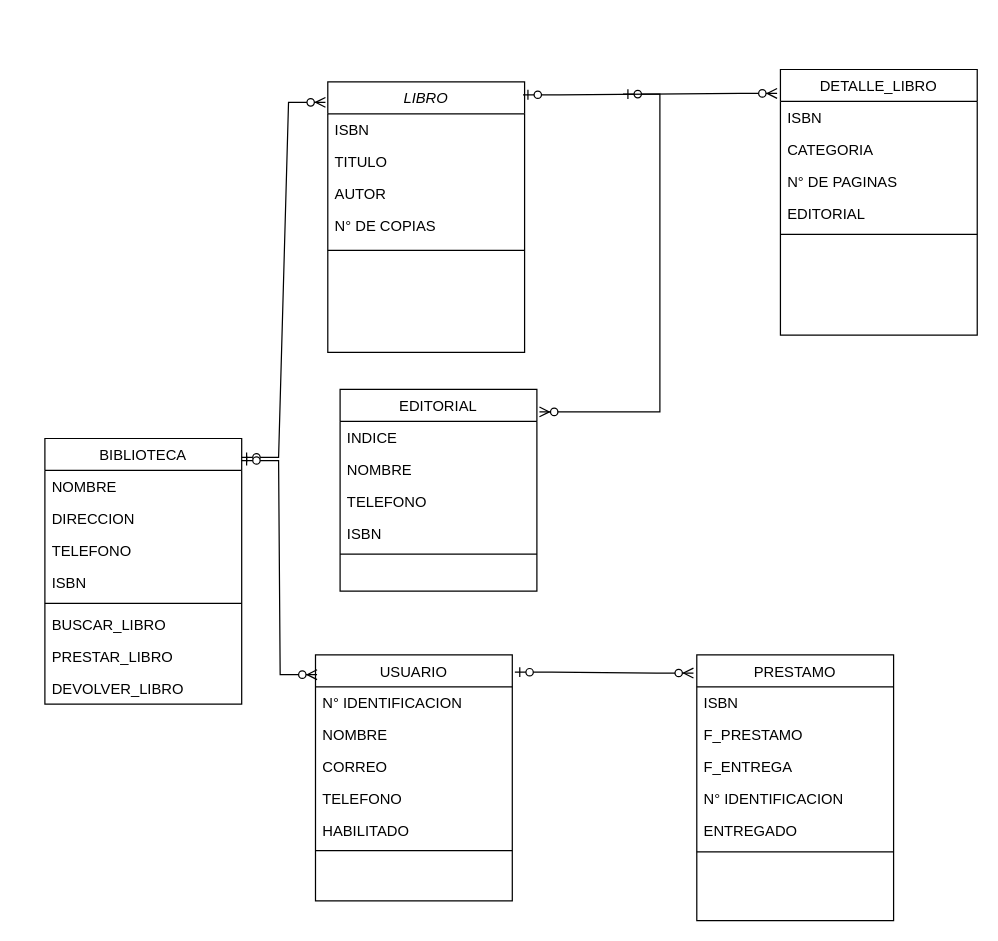
Above: Biblioteca/clases/biblioteca.drawio in Franc-isco/Taller (draw.io), before the change. Source tidied: cells renumbered, new cells numbered last; positions are measured from the earlier drawing's top-left corner, leaving out a move shared by most shapes. Both pictures are drawn from the tidied source at 123%, with x=0, y=0 at pixel (44, 57).
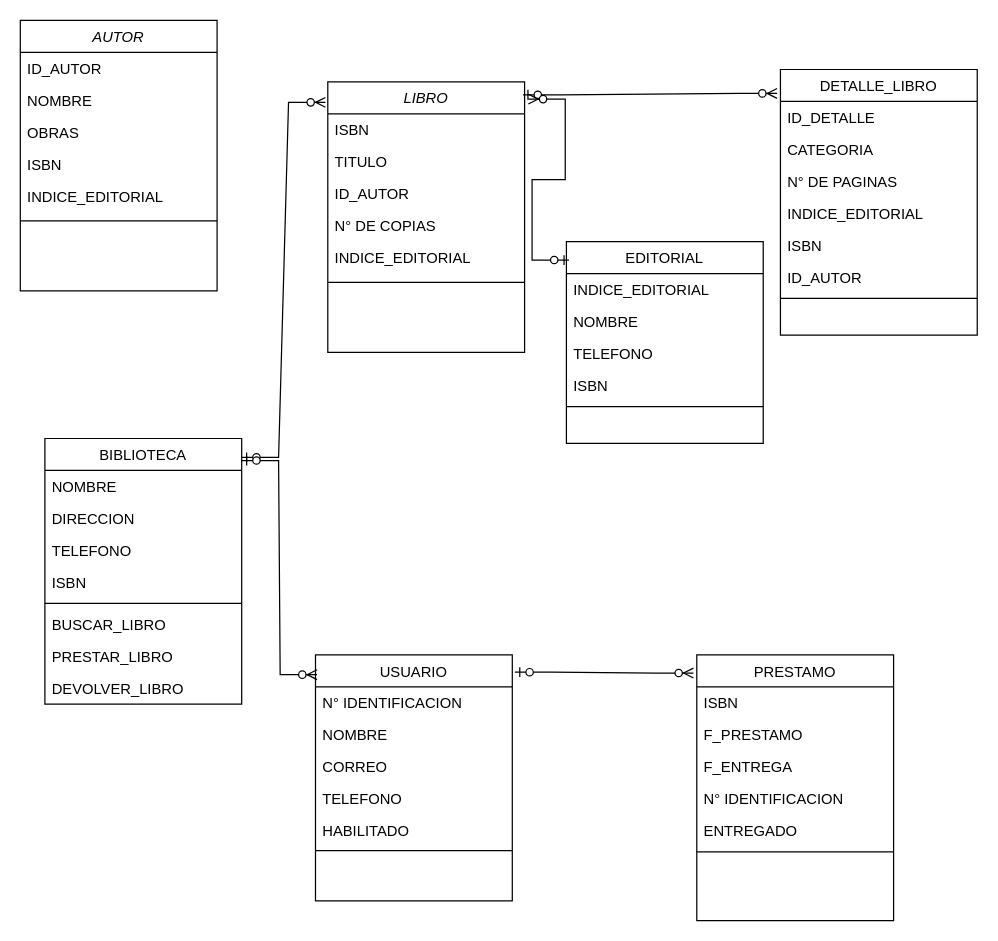
Above is the later version.

Commit message (it also covers changes not shown here):
clase autor

Unchanged cells that the change refers to:
```xml
<mxCell id="2" value="LIBRO" style="swimlane;fontStyle=2;align=center;verticalAlign=top;horizontal=1;startSize=26;rounded=0;shadow=0;strokeWidth=1;" parent="1" vertex="1">
  <mxGeometry x="230" y="20" width="160" height="220" as="geometry" />
</mxCell>
<mxCell id="21" value="DETALLE_LIBRO" style="swimlane;fontStyle=0;align=center;verticalAlign=top;horizontal=1;startSize=26;rounded=0;shadow=0;strokeWidth=1;" parent="1" vertex="1">
  <mxGeometry x="598" y="10" width="160" height="216" as="geometry" />
</mxCell>
```

Change to the diagram source:
```diff
@@
-    <mxCell id="5" value="AUTOR" style="text;align=left;verticalAlign=top;spacingLeft=4;spacingRight=4;overflow=hidden;rounded=0;shadow=0;html=0;" parent="2" vertex="1">
+    <mxCell id="5" value="ID_AUTOR" style="text;align=left;verticalAlign=top;spacingLeft=4;spacingRight=4;overflow=hidden;rounded=0;shadow=0;html=0;" parent="2" vertex="1">
       <mxGeometry y="78" width="160" height="26" as="geometry" />
     </mxCell>
@@
+    <mxCell id="48" value="INDICE_EDITORIAL&#10;" style="text;align=left;verticalAlign=top;spacingLeft=4;spacingRight=4;overflow=hidden;" parent="2" vertex="1">
+      <mxGeometry y="130" width="160" height="26" as="geometry" />
+    </mxCell>
     <mxCell id="7" style="line;html=1;strokeWidth=1;align=left;verticalAlign=middle;spacingTop=-1;spacingLeft=3;spacingRight=3;labelPosition=right;" parent="2" vertex="1">
-      <mxGeometry y="130" width="160" height="14" as="geometry" />
+      <mxGeometry y="156" width="160" height="14" as="geometry" />
     </mxCell>
     <mxCell id="8" value="EDITORIAL" style="swimlane;fontStyle=0;align=center;verticalAlign=top;horizontal=1;startSize=26;rounded=0;shadow=0;strokeWidth=1;" parent="1" vertex="1">
-      <mxGeometry x="240" y="270" width="160" height="164" as="geometry" />
+      <mxGeometry x="424" y="150" width="160" height="164" as="geometry" />
     </mxCell>
-    <mxCell id="9" value="INDICE" style="text;align=left;verticalAlign=top;spacingLeft=4;spacingRight=4;overflow=hidden;" parent="8" vertex="1">
+    <mxCell id="9" value="INDICE_EDITORIAL&#10;" style="text;align=left;verticalAlign=top;spacingLeft=4;spacingRight=4;overflow=hidden;" parent="8" vertex="1">
       <mxGeometry y="26" width="160" height="26" as="geometry" />
     </mxCell>
@@
-    <mxCell id="22" value="ISBN" style="text;align=left;verticalAlign=top;spacingLeft=4;spacingRight=4;overflow=hidden;" parent="21" vertex="1">
-      <mxGeometry y="26" width="160" height="26" as="geometry" />
-    </mxCell>
-    <mxCell id="23" value="CATEGORIA" style="text;align=left;verticalAlign=top;spacingLeft=4;spacingRight=4;overflow=hidden;rounded=0;shadow=0;html=0;" parent="21" vertex="1">
-      <mxGeometry y="52" width="160" height="26" as="geometry" />
+    <mxCell id="23" value="ID_DETALLE" style="text;align=left;verticalAlign=top;spacingLeft=4;spacingRight=4;overflow=hidden;rounded=0;shadow=0;html=0;" parent="21" vertex="1">
+      <mxGeometry y="26" width="160" height="26" as="geometry" />
     </mxCell>
+    <mxCell id="49" value="CATEGORIA" style="text;align=left;verticalAlign=top;spacingLeft=4;spacingRight=4;overflow=hidden;rounded=0;shadow=0;html=0;" parent="21" vertex="1">
+      <mxGeometry y="52" width="160" height="26" as="geometry" />
+    </mxCell>
@@
-    <mxCell id="25" value="EDITORIAL" style="text;align=left;verticalAlign=top;spacingLeft=4;spacingRight=4;overflow=hidden;rounded=0;shadow=0;html=0;" parent="21" vertex="1">
+    <mxCell id="25" value="INDICE_EDITORIAL" style="text;align=left;verticalAlign=top;spacingLeft=4;spacingRight=4;overflow=hidden;rounded=0;shadow=0;html=0;" parent="21" vertex="1">
       <mxGeometry y="104" width="160" height="26" as="geometry" />
     </mxCell>
+    <mxCell id="50" value="ISBN" style="text;align=left;verticalAlign=top;spacingLeft=4;spacingRight=4;overflow=hidden;" parent="21" vertex="1">
+      <mxGeometry y="130" width="160" height="26" as="geometry" />
+    </mxCell>
+    <mxCell id="22" value="ID_AUTOR" style="text;align=left;verticalAlign=top;spacingLeft=4;spacingRight=4;overflow=hidden;" parent="21" vertex="1">
+      <mxGeometry y="156" width="160" height="26" as="geometry" />
+    </mxCell>
     <mxCell id="26" style="line;html=1;strokeWidth=1;align=left;verticalAlign=middle;spacingTop=-1;spacingLeft=3;spacingRight=3;labelPosition=right;" parent="21" vertex="1">
-      <mxGeometry y="130" width="160" height="8" as="geometry" />
+      <mxGeometry y="182" width="160" height="8" as="geometry" />
     </mxCell>
@@
-    <mxCell id="44" style="edgeStyle=entityRelationEdgeStyle;fontSize=12;html=1;endArrow=ERzeroToMany;startArrow=ERzeroToOne;rounded=0;entryX=1.013;entryY=0.112;entryDx=0;entryDy=0;entryPerimeter=0;" parent="1" edge="1" target="8">
-      <mxGeometry relative="1" as="geometry">
-        <mxPoint x="470" y="30" as="sourcePoint" />
-        <Array as="points">
-          <mxPoint x="560" />
-        </Array>
-      </mxGeometry>
-    </mxCell>
@@
+    <mxCell id="51" value="AUTOR" style="swimlane;fontStyle=2;align=center;verticalAlign=top;horizontal=1;startSize=26;rounded=0;shadow=0;strokeWidth=1;" parent="1" vertex="1">
+      <mxGeometry x="-20" y="-30" width="160" height="220" as="geometry" />
+    </mxCell>
+    <mxCell id="52" value="ID_AUTOR" style="text;align=left;verticalAlign=top;spacingLeft=4;spacingRight=4;overflow=hidden;" parent="51" vertex="1">
+      <mxGeometry y="26" width="160" height="26" as="geometry" />
+    </mxCell>
+    <mxCell id="53" value="NOMBRE" style="text;align=left;verticalAlign=top;spacingLeft=4;spacingRight=4;overflow=hidden;rounded=0;shadow=0;html=0;" parent="51" vertex="1">
+      <mxGeometry y="52" width="160" height="26" as="geometry" />
+    </mxCell>
+    <mxCell id="54" value="OBRAS" style="text;align=left;verticalAlign=top;spacingLeft=4;spacingRight=4;overflow=hidden;rounded=0;shadow=0;html=0;" parent="51" vertex="1">
+      <mxGeometry y="78" width="160" height="26" as="geometry" />
+    </mxCell>
+    <mxCell id="55" value="ISBN" style="text;align=left;verticalAlign=top;spacingLeft=4;spacingRight=4;overflow=hidden;rounded=0;shadow=0;html=0;" parent="51" vertex="1">
+      <mxGeometry y="104" width="160" height="26" as="geometry" />
+    </mxCell>
+    <mxCell id="56" value="INDICE_EDITORIAL" style="text;align=left;verticalAlign=top;spacingLeft=4;spacingRight=4;overflow=hidden;rounded=0;shadow=0;html=0;" parent="51" vertex="1">
+      <mxGeometry y="130" width="160" height="26" as="geometry" />
+    </mxCell>
+    <mxCell id="57" style="line;html=1;strokeWidth=1;align=left;verticalAlign=middle;spacingTop=-1;spacingLeft=3;spacingRight=3;labelPosition=right;" parent="51" vertex="1">
+      <mxGeometry y="156" width="160" height="14" as="geometry" />
+    </mxCell>
+    <mxCell id="58" style="edgeStyle=entityRelationEdgeStyle;fontSize=12;html=1;endArrow=ERzeroToMany;startArrow=ERzeroToOne;rounded=0;exitX=0.013;exitY=0.091;exitDx=0;exitDy=0;exitPerimeter=0;entryX=1.019;entryY=0.064;entryDx=0;entryDy=0;entryPerimeter=0;" parent="1" edge="1" source="8" target="2">
+      <mxGeometry relative="1" as="geometry">
+        <Array as="points">
+          <mxPoint x="550" y="30" />
+          <mxPoint x="400" y="130" />
+          <mxPoint x="430" y="100" />
+          <mxPoint x="540" y="200" />
+        </Array>
+      </mxGeometry>
+    </mxCell>
```
